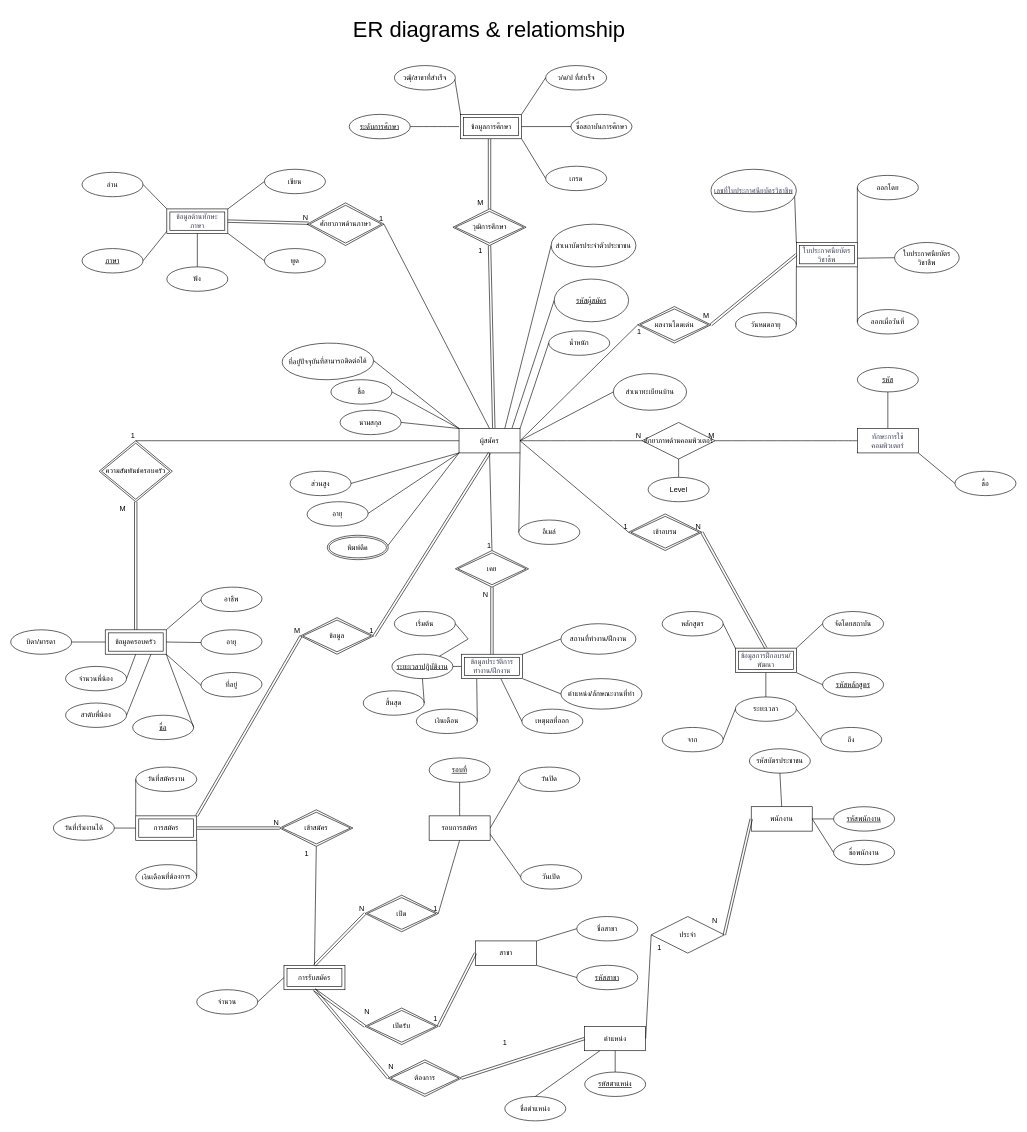
Exises/RandomSalt keeps this draw.io diagram as page "ER diagrams & Relationship" (2 of 6) of YZ.drawio. Above is the earlier version. Source tidied: cells renumbered, new cells numbered last; positions are measured from the earlier drawing's top-left corner, leaving out a move shared by most shapes. Both pictures are drawn from the tidied source at 61%, with x=0, y=0 at pixel (10, 10).
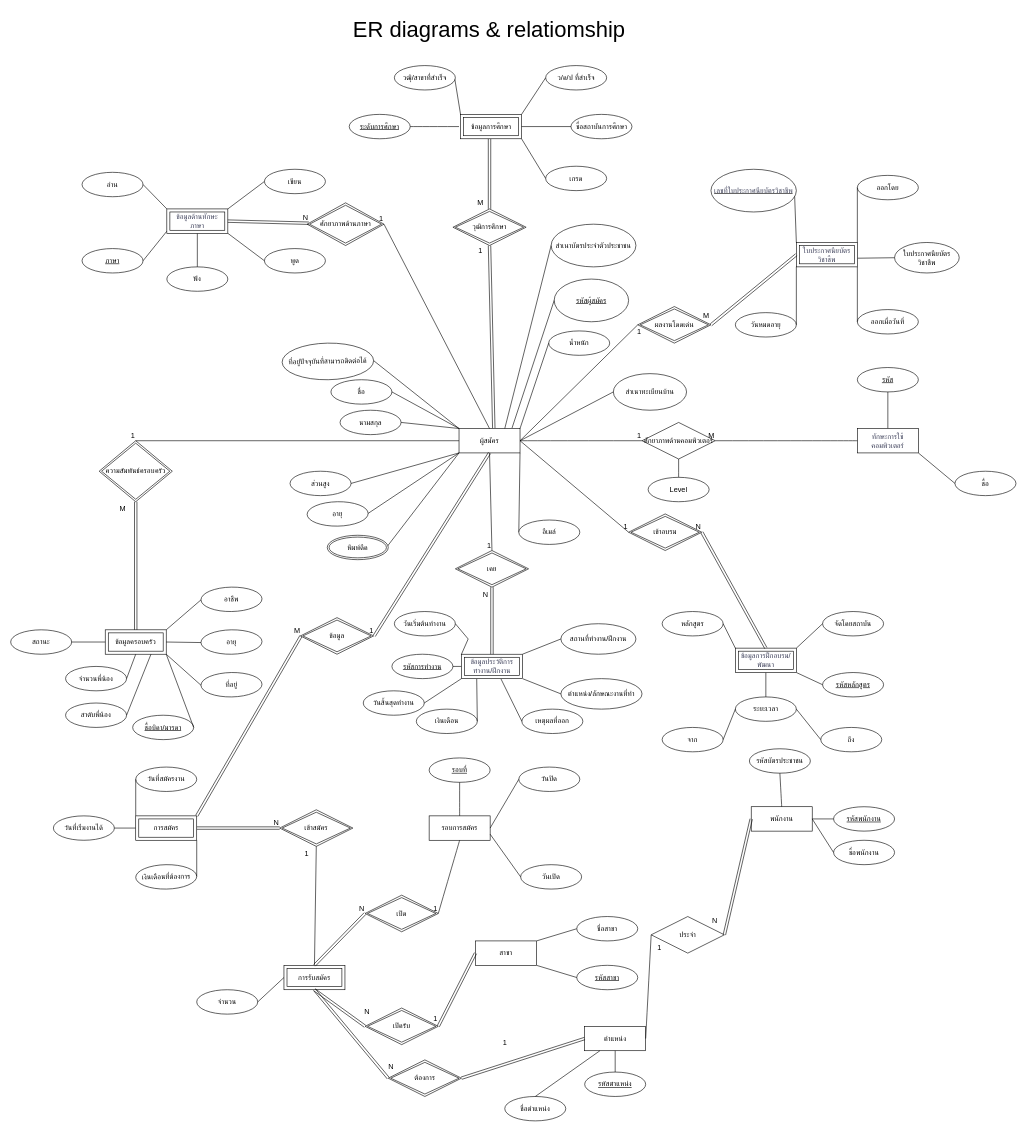
The same diagram, later.

The change refers to these unchanged cells:
```xml
<mxCell id="50" value="&lt;span style=&quot;color: rgb(57, 60, 86);&quot;&gt;ข้อมูลประวัติการทำงาน/ฝึกงาน&lt;/span&gt;" style="shape=ext;margin=3;double=1;whiteSpace=wrap;html=1;align=center;labelBackgroundColor=none;" parent="1" vertex="1">
  <mxGeometry x="739" y="1055" width="100" height="40" as="geometry" />
</mxCell>
<mxCell id="152" style="endArrow=none;html=1;rounded=0;fontSize=12;startSize=8;endSize=8;curved=1;exitX=1;exitY=0.5;exitDx=0;exitDy=0;entryX=0;entryY=0.5;entryDx=0;entryDy=0;" parent="1" edge="1" source="2" target="151">
  <mxGeometry relative="1" as="geometry" />
</mxCell>
```

Change to the diagram source:
```diff
@@
-    <mxCell id="38" value="ระยะเวลาปฎิบัติงาน" style="ellipse;whiteSpace=wrap;html=1;align=center;labelBackgroundColor=none;fontStyle=4;" parent="1" vertex="1">
+    <mxCell id="38" value="รหัสการทำงาน" style="ellipse;whiteSpace=wrap;html=1;align=center;labelBackgroundColor=none;fontStyle=4;" parent="1" vertex="1">
       <mxGeometry x="625" y="1055" width="100" height="40" as="geometry" />
     </mxCell>
@@
-    <mxCell id="42" value="เริ่มต้น" style="ellipse;whiteSpace=wrap;html=1;align=center;labelBackgroundColor=none;" parent="1" vertex="1">
+    <mxCell id="42" value="วันเริ่มต้นทำงาน" style="ellipse;whiteSpace=wrap;html=1;align=center;labelBackgroundColor=none;" parent="1" vertex="1">
       <mxGeometry x="629" y="985" width="100" height="40" as="geometry" />
     </mxCell>
-    <mxCell id="43" value="สิ้นสุด" style="ellipse;whiteSpace=wrap;html=1;align=center;labelBackgroundColor=none;" parent="1" vertex="1">
+    <mxCell id="43" value="วันสิ้นสุดทำงาน" style="ellipse;whiteSpace=wrap;html=1;align=center;labelBackgroundColor=none;" parent="1" vertex="1">
       <mxGeometry x="578" y="1115" width="100" height="40" as="geometry" />
     </mxCell>
-    <mxCell id="44" style="endArrow=none;html=1;rounded=0;exitX=1;exitY=0.5;exitDx=0;exitDy=0;entryX=0.5;entryY=1;entryDx=0;entryDy=0;labelBackgroundColor=none;fontColor=default;" parent="1" edge="1" source="43" target="38">
+    <mxCell id="44" style="endArrow=none;html=1;rounded=0;exitX=1;exitY=0.5;exitDx=0;exitDy=0;entryX=0;entryY=1;entryDx=0;entryDy=0;labelBackgroundColor=none;fontColor=default;" parent="1" edge="1" source="43" target="50">
       <mxGeometry relative="1" as="geometry" />
     </mxCell>
-    <mxCell id="45" style="endArrow=none;html=1;rounded=0;exitX=1;exitY=0.5;exitDx=0;exitDy=0;labelBackgroundColor=none;fontColor=default;" parent="1" edge="1" source="42" target="38">
+    <mxCell id="45" style="endArrow=none;html=1;rounded=0;exitX=1;exitY=0.5;exitDx=0;exitDy=0;labelBackgroundColor=none;fontColor=default;entryX=0;entryY=0;entryDx=0;entryDy=0;" parent="1" edge="1" source="42" target="50">
       <mxGeometry relative="1" as="geometry">
         <Array as="points">
           <mxPoint x="750" y="1030" />
         </Array>
       </mxGeometry>
     </mxCell>
@@
-    <mxCell id="153" value="N" style="html=1;whiteSpace=wrap;align=right;verticalAlign=bottom;" parent="152" vertex="1">
+    <mxCell id="153" value="1" style="html=1;whiteSpace=wrap;align=right;verticalAlign=bottom;" parent="152" vertex="1">
       <mxGeometry x="1" relative="1" as="geometry" />
     </mxCell>
@@
-    <mxCell id="170" value="บิดา/มารดา" style="ellipse;whiteSpace=wrap;html=1;align=center;" parent="1" vertex="1">
+    <mxCell id="170" value="สถานะ" style="ellipse;whiteSpace=wrap;html=1;align=center;" parent="1" vertex="1">
       <mxGeometry y="1015" width="100" height="40" as="geometry" />
     </mxCell>
@@
-    <mxCell id="189" value="&lt;u&gt;ชื่อ&lt;/u&gt;" style="ellipse;whiteSpace=wrap;html=1;align=center;" parent="1" vertex="1">
+    <mxCell id="189" value="&lt;u&gt;ชื่อบิดา/มารดา&lt;/u&gt;" style="ellipse;whiteSpace=wrap;html=1;align=center;" parent="1" vertex="1">
       <mxGeometry x="200" y="1155" width="100" height="40" as="geometry" />
     </mxCell>
```
